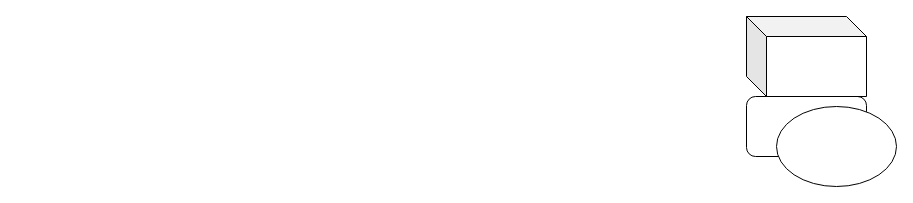
The draw.io diagram 未命名绘图.drawio in Misseva1988/LL, before the edit. Source tidied: cells renumbered, new cells numbered last; positions are measured from the earlier drawing's top-left corner, leaving out a move shared by most shapes. Both pictures are drawn from the tidied source at 100%, with x=0, y=0 at pixel (746, 16).
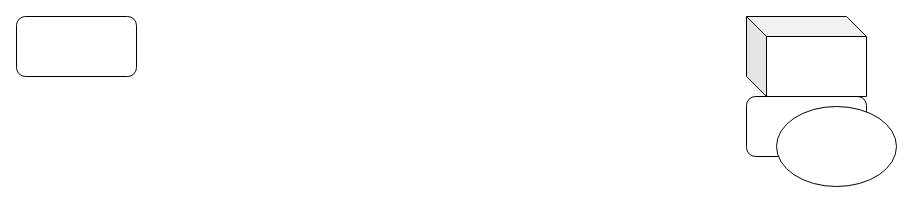
Above is the later version.

Commit message:
更新未命名绘图.drawio

The edit, as a diff of the source:
```diff
@@
 <mxGraphModel>
   <root>
     <mxCell id="0" />
     <mxCell id="1" parent="0" />
     <mxCell id="2" style="rounded=1;whiteSpace=wrap;html=1;" parent="1" vertex="1">
       <mxGeometry y="80" width="120" height="60" as="geometry" />
     </mxCell>
     <mxCell id="3" style="ellipse;whiteSpace=wrap;html=1;" parent="1" vertex="1">
       <mxGeometry x="30" y="90" width="120" height="80" as="geometry" />
     </mxCell>
     <mxCell id="4" style="shape=cube;whiteSpace=wrap;html=1;boundedLbl=1;backgroundOutline=1;darkOpacity=0.05;darkOpacity2=0.1;" parent="1" vertex="1">
       <mxGeometry width="120" height="80" as="geometry" />
     </mxCell>
+    <mxCell id="5" style="rounded=1;whiteSpace=wrap;html=1;" parent="1" vertex="1">
+      <mxGeometry x="-730" width="120" height="60" as="geometry" />
+    </mxCell>
   </root>
 </mxGraphModel>
```
